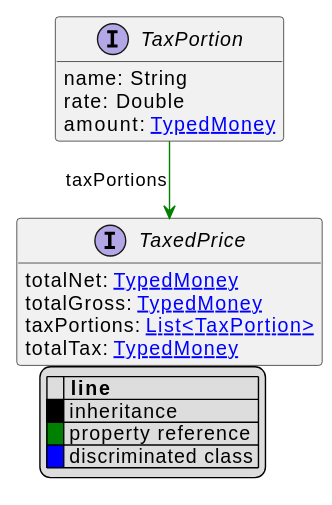
This is uml/api/svg/TaxPortion.svg from commercetools/commercetools-api-reference, a PlantUML export, as it was before one commit.
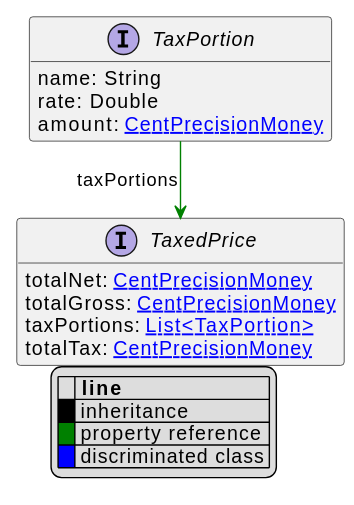
Above is the later version.

Diff of the diagram source:
```diff
@@ -11,16 +11,16 @@
 interface TaxPortion [[TaxPortion.svg]]  {
     name: String
     rate: Double
-    amount: [[TypedMoney.svg TypedMoney]]
+    amount: [[CentPrecisionMoney.svg CentPrecisionMoney]]
 }
 
 
 
 interface TaxedPrice [[TaxedPrice.svg]]  {
-    totalNet: [[TypedMoney.svg TypedMoney]]
-    totalGross: [[TypedMoney.svg TypedMoney]]
+    totalNet: [[CentPrecisionMoney.svg CentPrecisionMoney]]
+    totalGross: [[CentPrecisionMoney.svg CentPrecisionMoney]]
     taxPortions: [[TaxPortion.svg List<TaxPortion>]]
-    totalTax: [[TypedMoney.svg TypedMoney]]
+    totalTax: [[CentPrecisionMoney.svg CentPrecisionMoney]]
 }
 
 TaxPortion --> TaxedPrice #green;text:green : "taxPortions"
```
